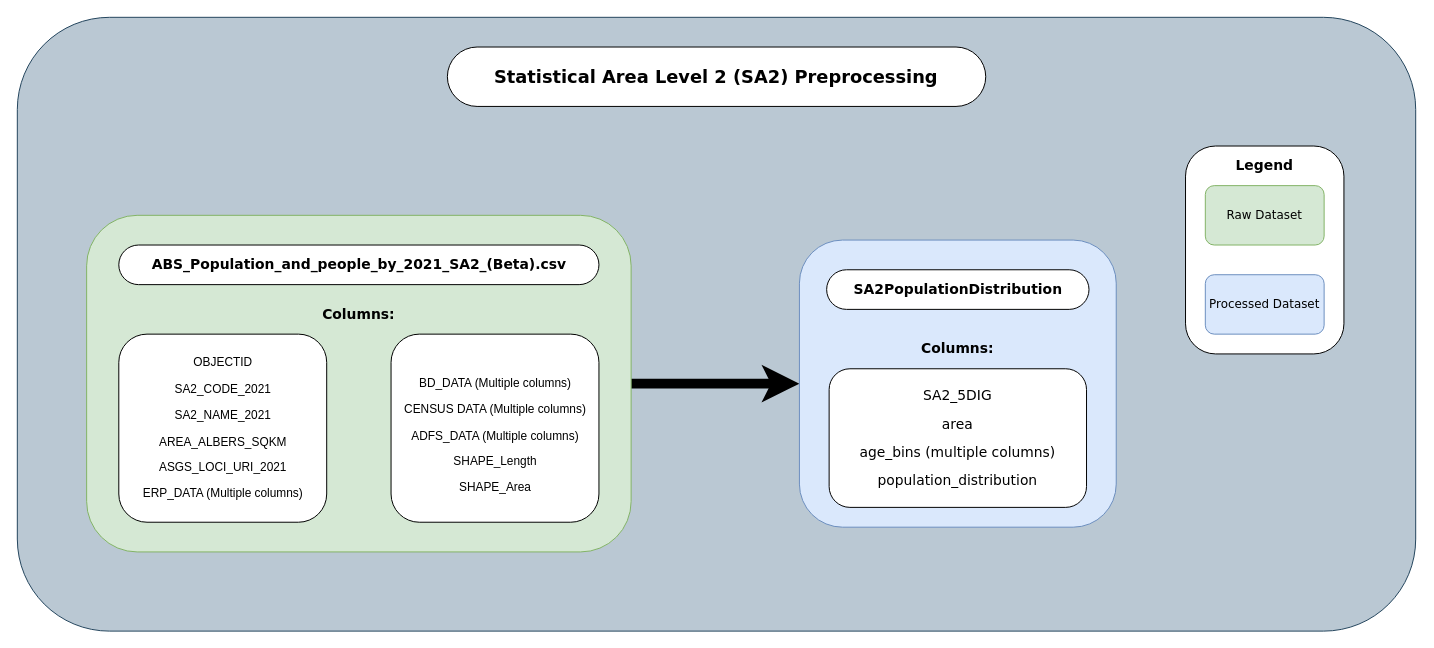
Above: page "Population" (4 of 8) of data/drawio_overview.drawio in NielsvBeuningen/knowledge-engineering (draw.io), before the change. Source tidied: cells renumbered, new cells numbered last; positions are measured from the earlier drawing's top-left corner, leaving out a move shared by most shapes. Both pictures are drawn from the tidied source at 99%, with x=0, y=0 at pixel (17, 17).
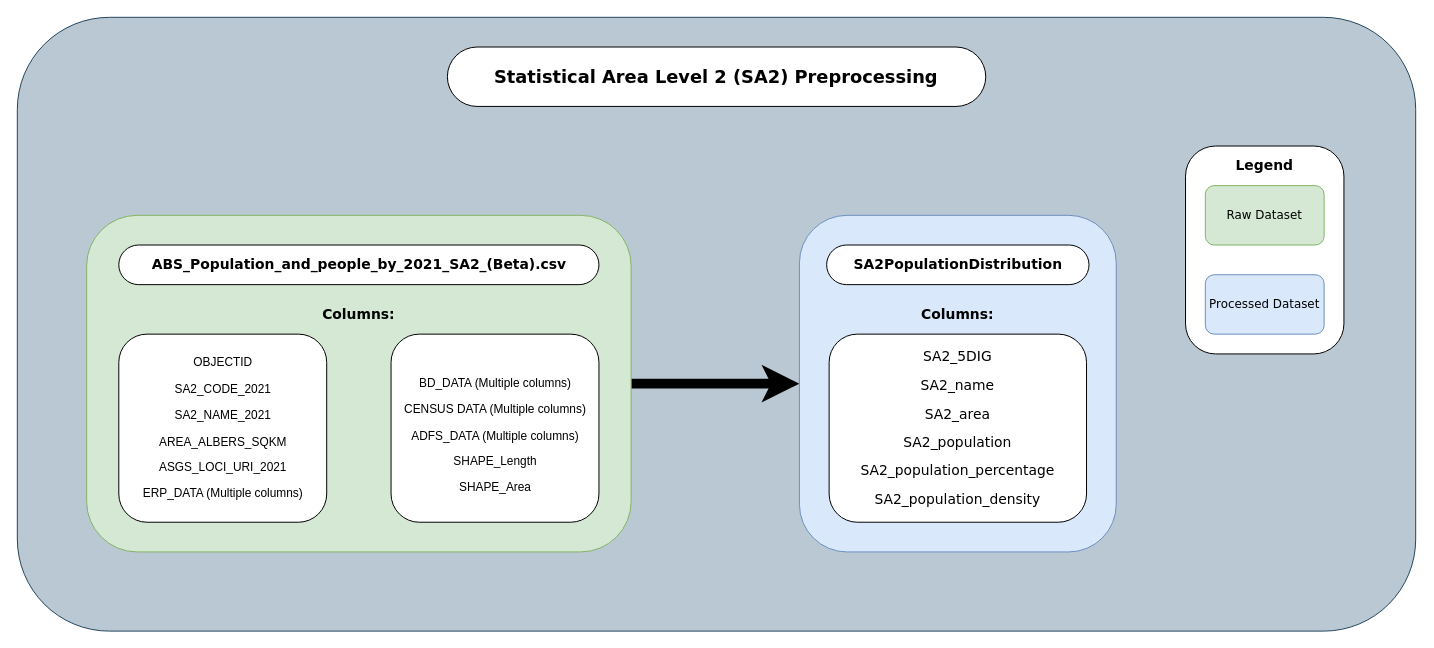
Above is the later version.

What changed in the source:
```diff
@@
 <mxGraphModel>
   <root>
     <mxCell id="0" />
     <mxCell id="1" parent="0" />
     <mxCell id="2" style="rounded=1;whiteSpace=wrap;html=1;labelBackgroundColor=none;fontFamily=Verdana;fillColor=#bac8d3;strokeColor=#23445d;" parent="1" vertex="1">
       <mxGeometry width="1412.5" height="620" as="geometry" />
     </mxCell>
     <mxCell id="3" value="&lt;h2&gt;Statistical Area Level 2 (SA2) Preprocessing&lt;/h2&gt;" style="rounded=1;whiteSpace=wrap;html=1;labelBackgroundColor=none;fontFamily=Verdana;fontColor=#000000;arcSize=50;" parent="1" vertex="1">
       <mxGeometry x="434.4" y="30" width="543.8" height="60" as="geometry" />
     </mxCell>
-    <mxCell id="4" style="edgeStyle=orthogonalEdgeStyle;rounded=0;jettySize=auto;html=1;strokeWidth=10;entryX=0;entryY=0.5;entryDx=0;entryDy=0;" parent="1" edge="1" source="5" target="10">
+    <mxCell id="4" style="edgeStyle=orthogonalEdgeStyle;rounded=0;jettySize=auto;html=1;strokeWidth=10;entryX=0;entryY=0.5;entryDx=0;entryDy=0;exitX=1;exitY=0.5;exitDx=0;exitDy=0;" parent="1" edge="1" source="5" target="10">
       <mxGeometry relative="1" as="geometry" />
     </mxCell>
     <mxCell id="5" value="&lt;p class=&quot;MsoNormal&quot;&gt;&lt;br&gt;&lt;/p&gt;" style="rounded=1;whiteSpace=wrap;html=1;fillColor=#d5e8d4;strokeColor=#82b366;align=center;verticalAlign=middle;" parent="1" vertex="1">
       <mxGeometry x="70" y="200" width="550" height="340" as="geometry" />
     </mxCell>
     <mxCell id="6" value="&lt;h3 style=&quot;line-height: 19px&quot;&gt;ABS_Population_and_people_by_2021_SA2_(Beta).csv&lt;/h3&gt;" style="rounded=1;whiteSpace=wrap;html=1;labelBackgroundColor=none;fontFamily=Verdana;fontColor=#000000;arcSize=50;" parent="1" vertex="1">
       <mxGeometry x="102.5" y="230" width="485" height="40" as="geometry" />
     </mxCell>
     <mxCell id="7" value="&lt;p class=&quot;MsoNormal&quot; style=&quot;font-family: &amp;#34;helvetica&amp;#34;&quot;&gt;&lt;span&gt;OBJECTID&lt;/span&gt;&lt;br&gt;&lt;/p&gt;&lt;p class=&quot;MsoNormal&quot; style=&quot;font-family: &amp;#34;helvetica&amp;#34;&quot;&gt;SA2_CODE_2021&lt;/p&gt;&lt;p class=&quot;MsoNormal&quot; style=&quot;font-family: &amp;#34;helvetica&amp;#34;&quot;&gt;&amp;nbsp;SA2_NAME_2021&amp;nbsp;&lt;/p&gt;&lt;p class=&quot;MsoNormal&quot; style=&quot;font-family: &amp;#34;helvetica&amp;#34;&quot;&gt;AREA_ALBERS_SQKM&lt;/p&gt;&lt;p class=&quot;MsoNormal&quot; style=&quot;font-family: &amp;#34;helvetica&amp;#34;&quot;&gt;ASGS_LOCI_URI_2021&lt;/p&gt;&lt;p class=&quot;MsoNormal&quot; style=&quot;font-family: &amp;#34;helvetica&amp;#34;&quot;&gt;ERP_DATA (Multiple columns)&lt;/p&gt;" style="rounded=1;whiteSpace=wrap;html=1;labelBackgroundColor=none;fontFamily=Verdana;fontColor=#000000;" parent="1" vertex="1">
       <mxGeometry x="102.5" y="320" width="210" height="190" as="geometry" />
     </mxCell>
     <mxCell id="8" value="&lt;br&gt;&lt;p class=&quot;MsoNormal&quot; style=&quot;font-family: &amp;#34;helvetica&amp;#34;&quot;&gt;&lt;span&gt;BD_DATA (Multiple columns)&lt;/span&gt;&lt;br&gt;&lt;/p&gt;&lt;p class=&quot;MsoNormal&quot; style=&quot;font-family: &amp;#34;helvetica&amp;#34;&quot;&gt;CENSUS DATA (Multiple columns)&lt;/p&gt;&lt;p class=&quot;MsoNormal&quot; style=&quot;font-family: &amp;#34;helvetica&amp;#34;&quot;&gt;ADFS_DATA (Multiple columns)&lt;/p&gt;&lt;p class=&quot;MsoNormal&quot; style=&quot;font-family: &amp;#34;helvetica&amp;#34;&quot;&gt;SHAPE_Length&lt;/p&gt;&lt;p class=&quot;MsoNormal&quot; style=&quot;font-family: &amp;#34;helvetica&amp;#34;&quot;&gt;SHAPE_Area&lt;/p&gt;" style="rounded=1;whiteSpace=wrap;html=1;labelBackgroundColor=none;fontFamily=Verdana;fontColor=#000000;" parent="1" vertex="1">
       <mxGeometry x="377.5" y="320" width="210" height="190" as="geometry" />
     </mxCell>
     <mxCell id="9" value="&#10;&#10;&lt;b style=&quot;color: rgb(0, 0, 0); font-family: helvetica; font-size: 14px; font-style: normal; letter-spacing: normal; text-align: center; text-indent: 0px; text-transform: none; word-spacing: 0px;&quot;&gt;&lt;font face=&quot;Verdana&quot;&gt;Columns:&lt;/font&gt;&lt;/b&gt;&#10;&#10;" style="text;html=1;strokeColor=none;fillColor=none;align=center;verticalAlign=middle;whiteSpace=wrap;rounded=0;labelBackgroundColor=none;fontFamily=Verdana;fontColor=#000000;" parent="1" vertex="1">
       <mxGeometry x="325" y="290" width="40" height="20" as="geometry" />
     </mxCell>
     <mxCell id="10" value="&lt;p class=&quot;MsoNormal&quot;&gt;&lt;br&gt;&lt;/p&gt;" style="rounded=1;whiteSpace=wrap;html=1;fillColor=#dae8fc;strokeColor=#6c8ebf;align=center;" parent="1" vertex="1">
-      <mxGeometry x="790" y="225" width="320" height="290" as="geometry" />
+      <mxGeometry x="790" y="200" width="320" height="340" as="geometry" />
     </mxCell>
     <mxCell id="11" value="&lt;h3&gt;SA2PopulationDistribution&lt;/h3&gt;" style="rounded=1;whiteSpace=wrap;html=1;labelBackgroundColor=none;fontFamily=Verdana;fontColor=#000000;arcSize=50;" parent="1" vertex="1">
-      <mxGeometry x="817.5" y="255" width="265" height="40" as="geometry" />
+      <mxGeometry x="817.5" y="230" width="265" height="40" as="geometry" />
     </mxCell>
     <mxCell id="12" value="&#10;&#10;&lt;b style=&quot;color: rgb(0, 0, 0); font-family: helvetica; font-size: 14px; font-style: normal; letter-spacing: normal; text-align: center; text-indent: 0px; text-transform: none; word-spacing: 0px;&quot;&gt;&lt;font face=&quot;Verdana&quot;&gt;Columns:&lt;/font&gt;&lt;/b&gt;&#10;&#10;" style="text;html=1;strokeColor=none;fillColor=none;align=center;verticalAlign=middle;whiteSpace=wrap;rounded=0;labelBackgroundColor=none;fontFamily=Verdana;fontColor=#000000;" parent="1" vertex="1">
-      <mxGeometry x="930" y="325" width="40" height="20" as="geometry" />
+      <mxGeometry x="930" y="290" width="40" height="20" as="geometry" />
     </mxCell>
-    <mxCell id="13" value="&lt;p class=&quot;MsoNormal&quot; style=&quot;font-family: &amp;#34;helvetica&amp;#34;&quot;&gt;&lt;font face=&quot;verdana, sans-serif&quot;&gt;&lt;span style=&quot;font-size: 14px&quot;&gt;SA2_5DIG&lt;/span&gt;&lt;/font&gt;&lt;/p&gt;&lt;p class=&quot;MsoNormal&quot; style=&quot;font-family: &amp;#34;helvetica&amp;#34;&quot;&gt;&lt;font face=&quot;verdana, sans-serif&quot;&gt;&lt;span style=&quot;font-size: 14px&quot;&gt;area&lt;/span&gt;&lt;/font&gt;&lt;/p&gt;&lt;p class=&quot;MsoNormal&quot; style=&quot;font-family: &amp;#34;helvetica&amp;#34;&quot;&gt;&lt;font face=&quot;verdana, sans-serif&quot;&gt;&lt;span style=&quot;font-size: 14px&quot;&gt;age_bins (multiple columns)&lt;/span&gt;&lt;/font&gt;&lt;/p&gt;&lt;p class=&quot;MsoNormal&quot; style=&quot;font-family: &amp;#34;helvetica&amp;#34;&quot;&gt;&lt;span style=&quot;font-family: &amp;#34;verdana&amp;#34; , sans-serif ; font-size: 14px&quot;&gt;population_distribution&lt;/span&gt;&lt;/p&gt;" style="rounded=1;whiteSpace=wrap;html=1;labelBackgroundColor=none;fontFamily=Verdana;fontColor=#000000;verticalAlign=middle;" parent="1" vertex="1">
-      <mxGeometry x="820" y="355" width="260" height="140" as="geometry" />
+    <mxCell id="13" value="&lt;p class=&quot;MsoNormal&quot; style=&quot;font-family: &amp;quot;helvetica&amp;quot;&quot;&gt;&lt;font face=&quot;verdana, sans-serif&quot;&gt;&lt;span style=&quot;font-size: 14px&quot;&gt;SA2_5DIG&lt;/span&gt;&lt;/font&gt;&lt;/p&gt;&lt;p class=&quot;MsoNormal&quot; style=&quot;font-family: &amp;quot;helvetica&amp;quot;&quot;&gt;&lt;font face=&quot;verdana, sans-serif&quot;&gt;&lt;span style=&quot;font-size: 14px&quot;&gt;SA2_name&lt;/span&gt;&lt;/font&gt;&lt;/p&gt;&lt;p class=&quot;MsoNormal&quot; style=&quot;&quot;&gt;&lt;font face=&quot;verdana, sans-serif&quot;&gt;&lt;span style=&quot;font-size: 14px;&quot;&gt;SA2_area&lt;/span&gt;&lt;/font&gt;&lt;/p&gt;&lt;p class=&quot;MsoNormal&quot; style=&quot;&quot;&gt;&lt;font face=&quot;verdana, sans-serif&quot;&gt;&lt;span style=&quot;font-size: 14px;&quot;&gt;SA2_population&lt;/span&gt;&lt;/font&gt;&lt;/p&gt;&lt;p class=&quot;MsoNormal&quot; style=&quot;&quot;&gt;&lt;font face=&quot;verdana, sans-serif&quot;&gt;&lt;span style=&quot;font-size: 14px;&quot;&gt;SA2_population_percentage&lt;/span&gt;&lt;/font&gt;&lt;/p&gt;&lt;p class=&quot;MsoNormal&quot; style=&quot;&quot;&gt;&lt;font face=&quot;verdana, sans-serif&quot;&gt;&lt;span style=&quot;font-size: 14px;&quot;&gt;SA2_population_density&lt;/span&gt;&lt;/font&gt;&lt;/p&gt;" style="rounded=1;whiteSpace=wrap;html=1;labelBackgroundColor=none;fontFamily=Verdana;fontColor=#000000;verticalAlign=middle;" parent="1" vertex="1">
+      <mxGeometry x="820" y="320" width="260" height="190" as="geometry" />
     </mxCell>
     <mxCell id="14" style="rounded=1;whiteSpace=wrap;html=1;labelBackgroundColor=none;fontFamily=Verdana;fontColor=#000000;arcSize=19;" parent="1" vertex="1">
       <mxGeometry x="1180" y="130" width="160" height="210" as="geometry" />
     </mxCell>
     <mxCell id="15" value="&lt;h3&gt;Legend&lt;/h3&gt;" style="text;html=1;strokeColor=none;fillColor=none;align=center;verticalAlign=middle;whiteSpace=wrap;rounded=0;labelBackgroundColor=none;fontFamily=Verdana;fontColor=#000000;" parent="1" vertex="1">
       <mxGeometry x="1240" y="140" width="40" height="20" as="geometry" />
     </mxCell>
     <mxCell id="16" value="Raw Dataset" style="rounded=1;whiteSpace=wrap;html=1;labelBackgroundColor=none;fontFamily=Verdana;fillColor=#d5e8d4;strokeColor=#82b366;" parent="1" vertex="1">
       <mxGeometry x="1200" y="170" width="120" height="60" as="geometry" />
     </mxCell>
     <mxCell id="17" value="Processed Dataset" style="rounded=1;whiteSpace=wrap;html=1;labelBackgroundColor=none;fontFamily=Verdana;fillColor=#dae8fc;strokeColor=#6c8ebf;" parent="1" vertex="1">
       <mxGeometry x="1200" y="260" width="120" height="60" as="geometry" />
     </mxCell>
   </root>
 </mxGraphModel>
```
